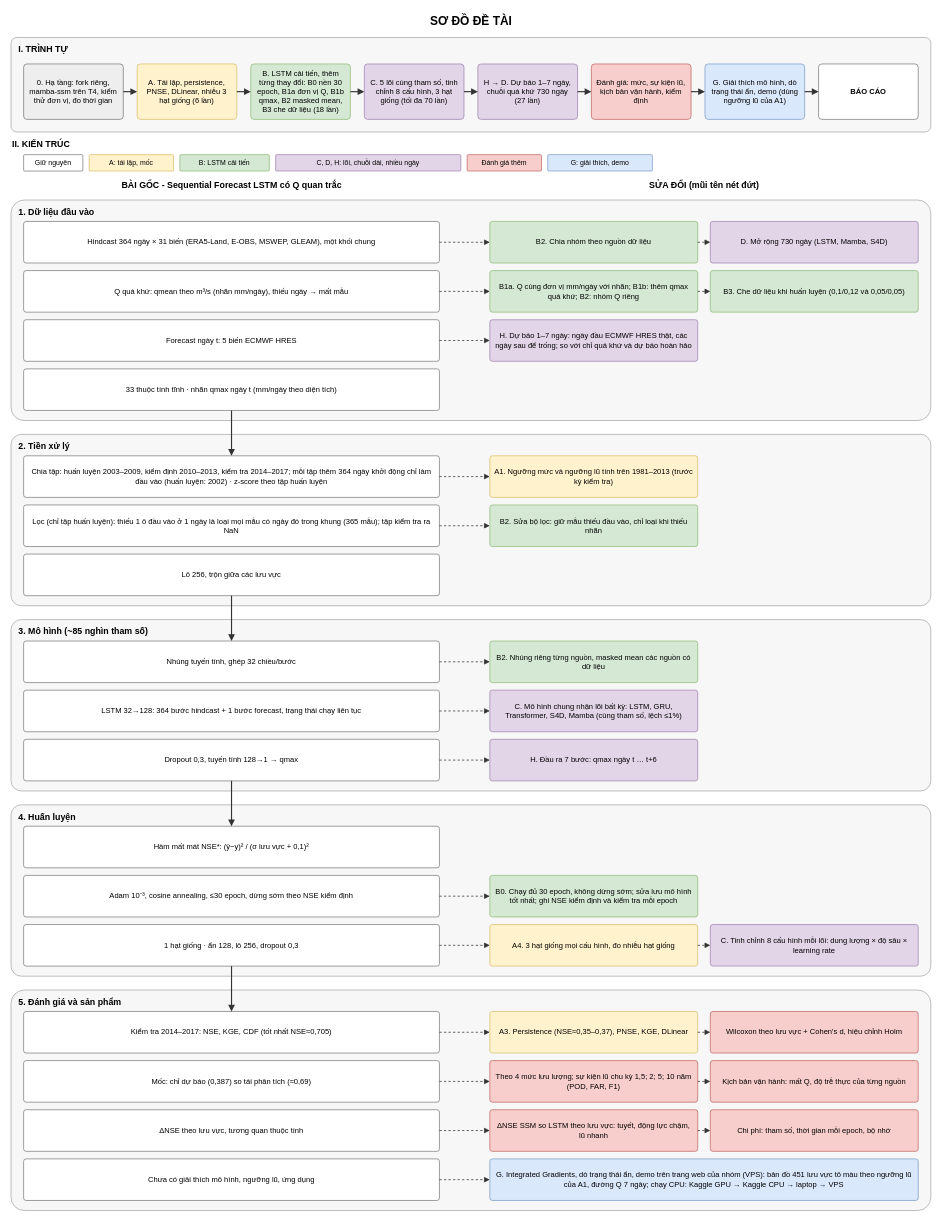
Ticasslo/TieuLuanChuyenNganh keeps this draw.io diagram as Diagrams/ProjectDiagram.drawio. Above is the earlier version. Source tidied: cells renumbered, new cells numbered last; positions are measured from the earlier drawing's top-left corner, leaving out a move shared by most shapes. Both pictures are drawn from the tidied source at 63%, with x=0, y=0 at pixel (11, 11).
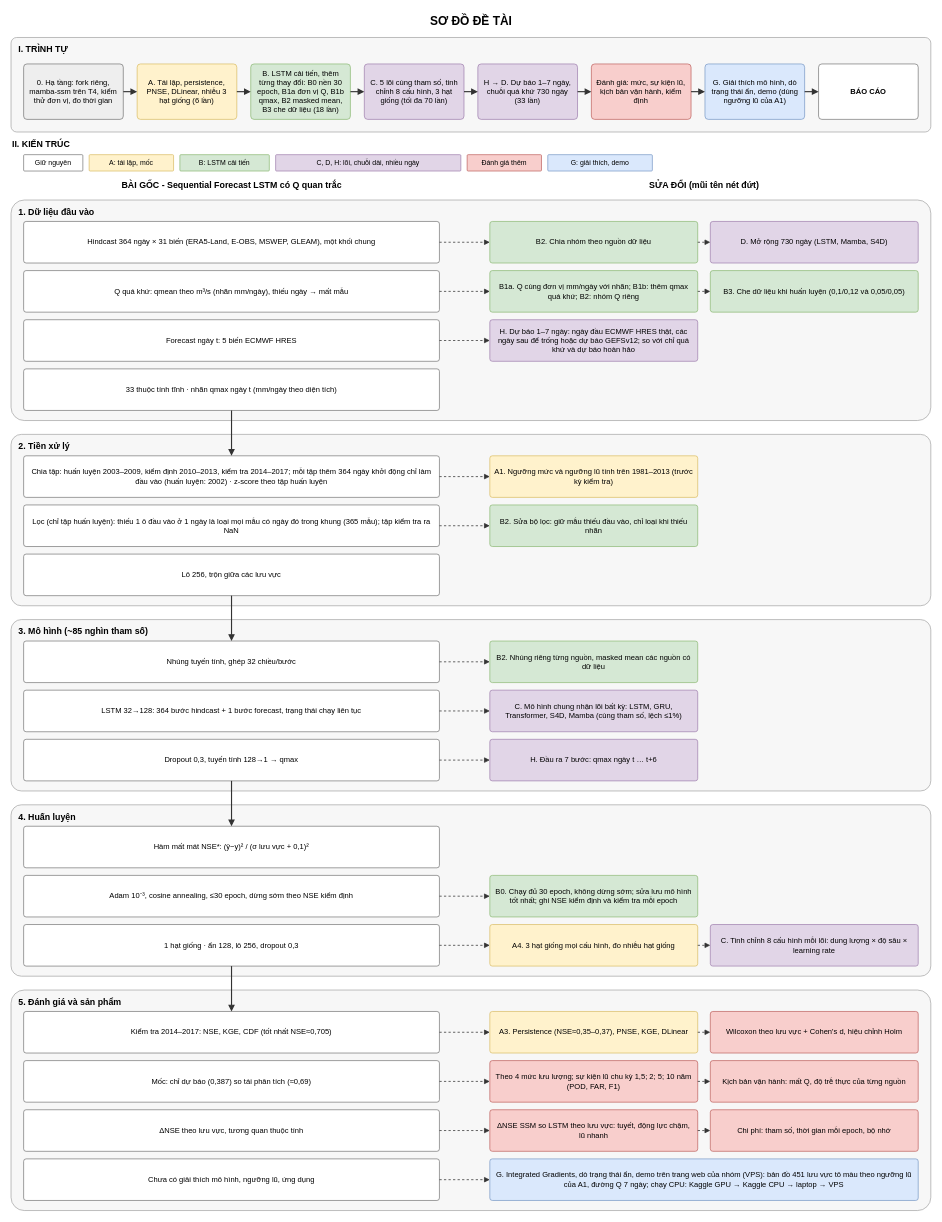
The same page after the edit.

What changed in the source:
```diff
@@
-    <mxCell id="11" value="H → D. Dự báo 1–7 ngày, chuỗi quá khứ 730 ngày (27 lần)" style="rounded=1;arcSize=6;whiteSpace=wrap;html=1;fillColor=#e1d5e7;strokeColor=#9673a6;fontSize=12;align=center;spacingLeft=6;spacingRight=6;" parent="1" vertex="1">
+    <mxCell id="11" value="H → D. Dự báo 1–7 ngày, chuỗi quá khứ 730 ngày (33 lần)" style="rounded=1;arcSize=6;whiteSpace=wrap;html=1;fillColor=#e1d5e7;strokeColor=#9673a6;fontSize=12;align=center;spacingLeft=6;spacingRight=6;" parent="1" vertex="1">
       <mxGeometry x="741" y="84" width="158.2" height="88" as="geometry" />
     </mxCell>
@@
-    <mxCell id="40" value="H. Dự báo 1–7 ngày: ngày đầu ECMWF HRES thật, các ngày sau để trống; so với chỉ quá khứ và dự báo hoàn hảo" style="rounded=1;arcSize=6;whiteSpace=wrap;html=1;fillColor=#e1d5e7;strokeColor=#9673a6;fontSize=12;align=center;spacingLeft=6;spacingRight=6;" parent="1" vertex="1">
+    <mxCell id="40" value="H. Dự báo 1–7 ngày: ngày đầu ECMWF HRES thật, các ngày sau để trống hoặc dự báo GEFSv12; so với chỉ quá khứ và dự báo hoàn hảo" style="rounded=1;arcSize=6;whiteSpace=wrap;html=1;fillColor=#e1d5e7;strokeColor=#9673a6;fontSize=12;align=center;spacingLeft=6;spacingRight=6;" parent="1" vertex="1">
       <mxGeometry x="760" y="490" width="330" height="66" as="geometry" />
     </mxCell>
```
